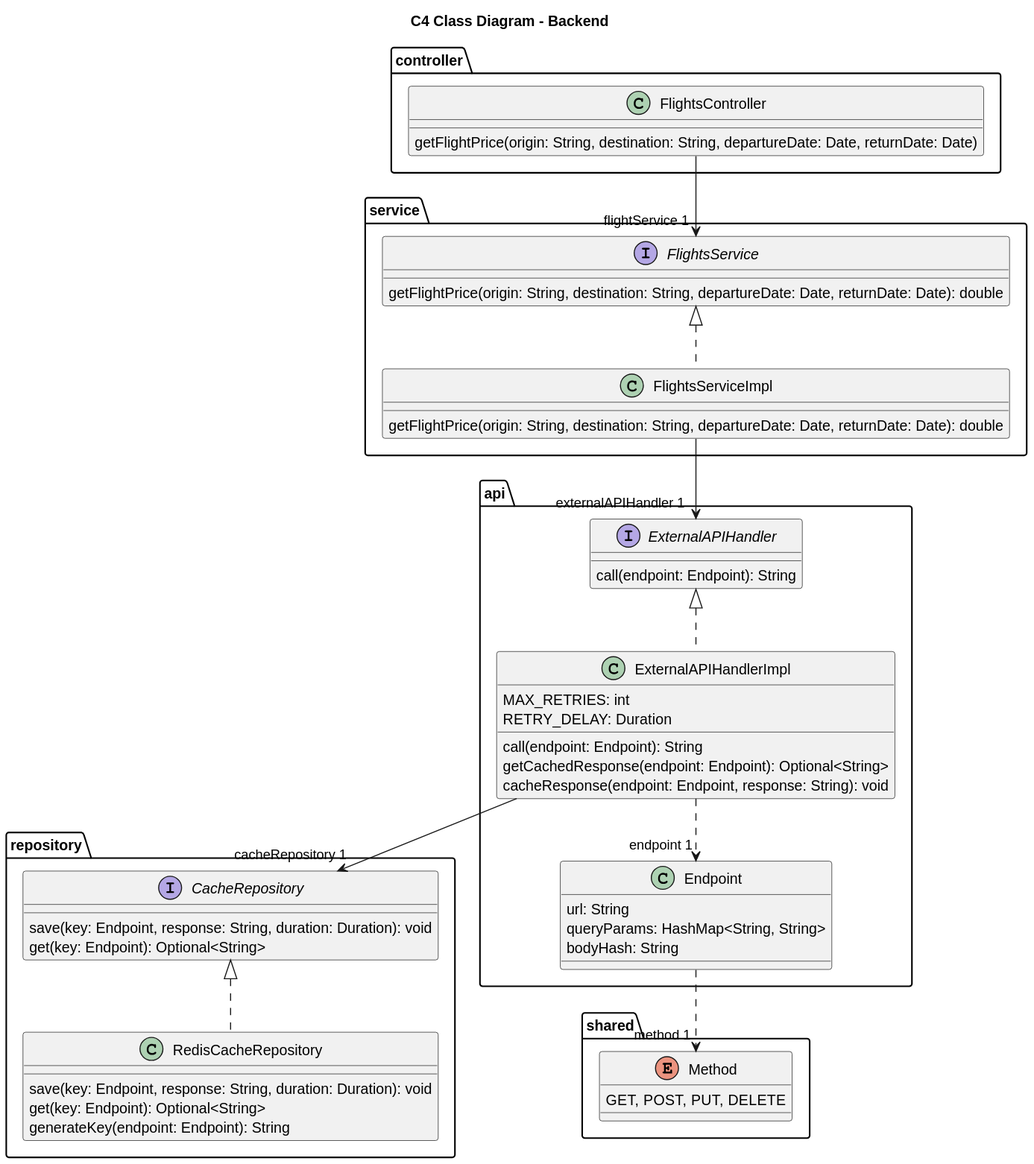
Earlier version of the PlantUML export software-guidebook/sgb-bestanden/ontwerpvragen/Fault Tolerance - class diagram-C4_Class_Diagram___Backend.svg (AIM-ENE-feb25/triptop-groep-4-jochem-roald-stijn-a).
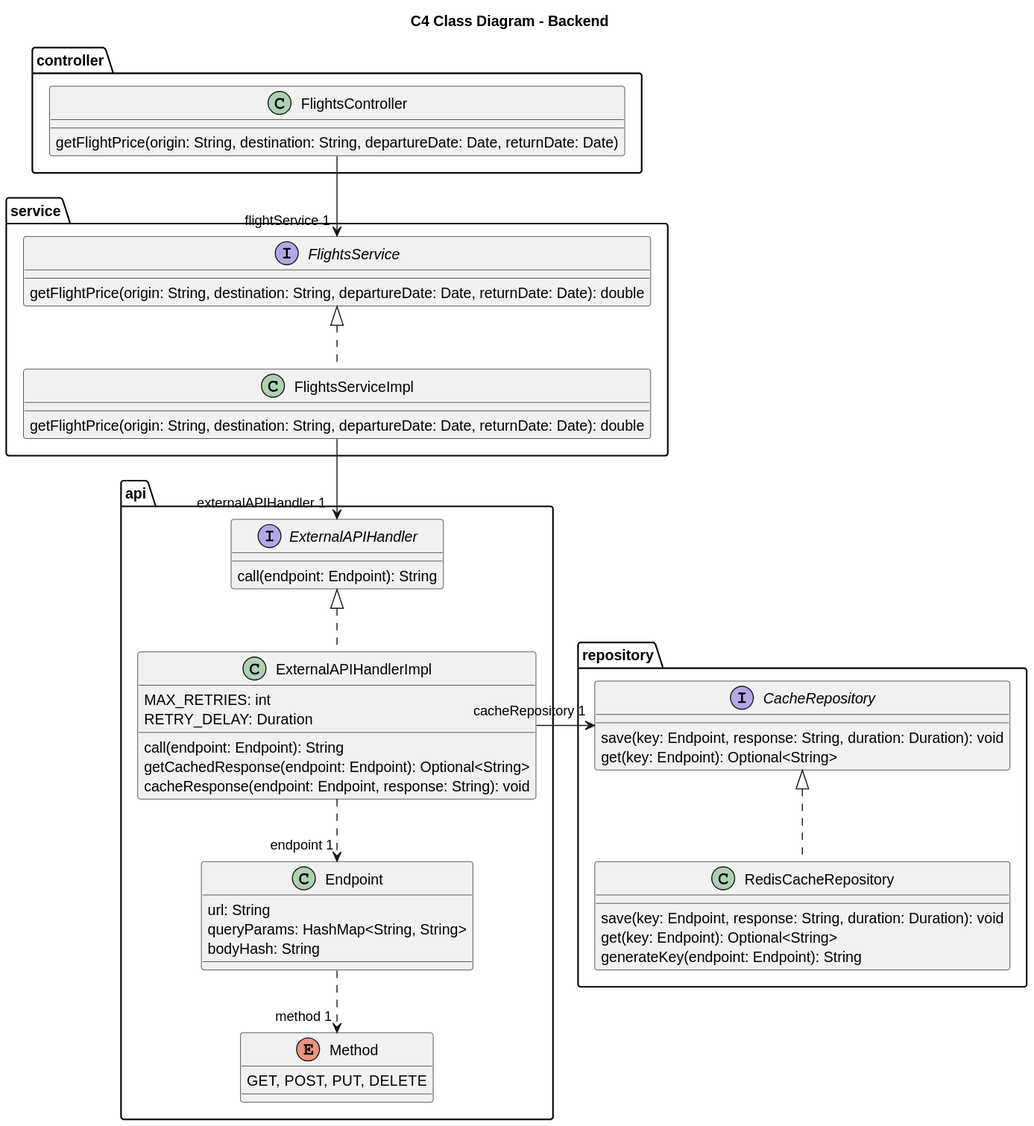
The same file after the commit.

Commit message:
fault tolerance class diagram aangepast

The edit, as a diff of the source:
```diff
@@ -38,6 +38,10 @@
         queryParams: HashMap<String, String>
         bodyHash: String
     }
+
+    enum Method {
+        GET, POST, PUT, DELETE
+    }
 }
 
 package "repository" {
@@ -53,17 +57,11 @@
     }
 }
 
-package "shared" {
-    enum Method {
-        GET, POST, PUT, DELETE
-    }
-}
-
 FlightsController --> "flightService 1" FlightsService
 FlightsServiceImpl .u.|> FlightsService
 FlightsServiceImpl --> "externalAPIHandler 1" ExternalAPIHandler
 ExternalAPIHandlerImpl .u.|> ExternalAPIHandler
-ExternalAPIHandlerImpl --> "cacheRepository 1" CacheRepository
+ExternalAPIHandlerImpl -r-> "cacheRepository 1" CacheRepository
 RedisCacheRepository .u.|> CacheRepository
 ExternalAPIHandlerImpl ..> "endpoint 1" Endpoint
 Endpoint ..> "method 1" Method
```
